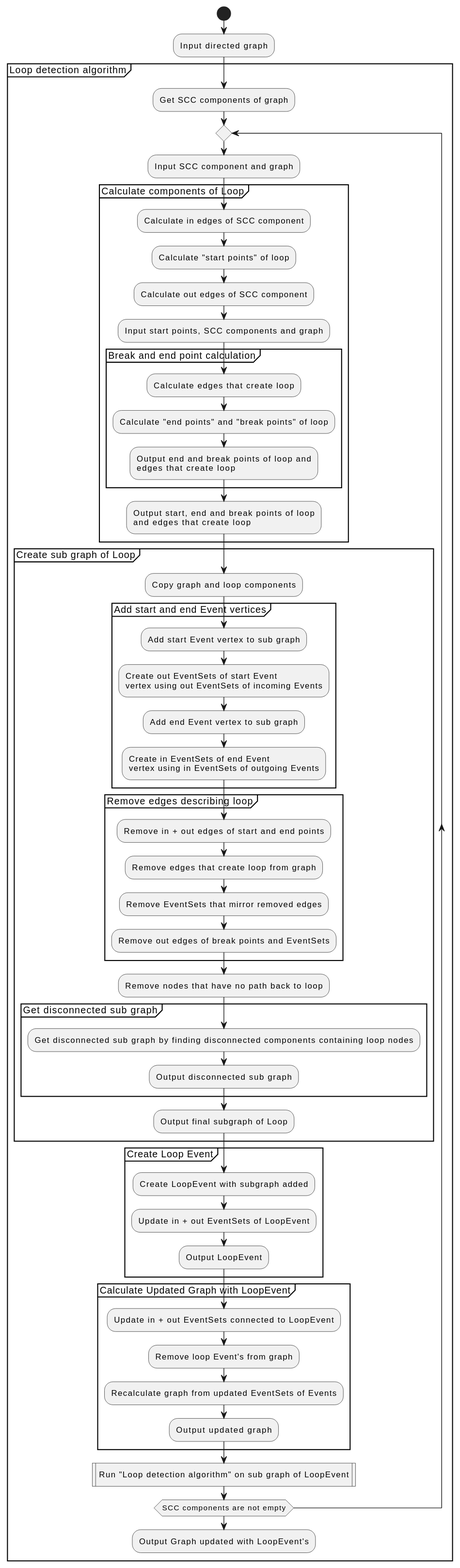
This is docs/development/design/1-DN-SCC_loop_detection/Algorithm_Overview.svg from xtuml/otel2puml, a PlantUML export, as it was before one commit.
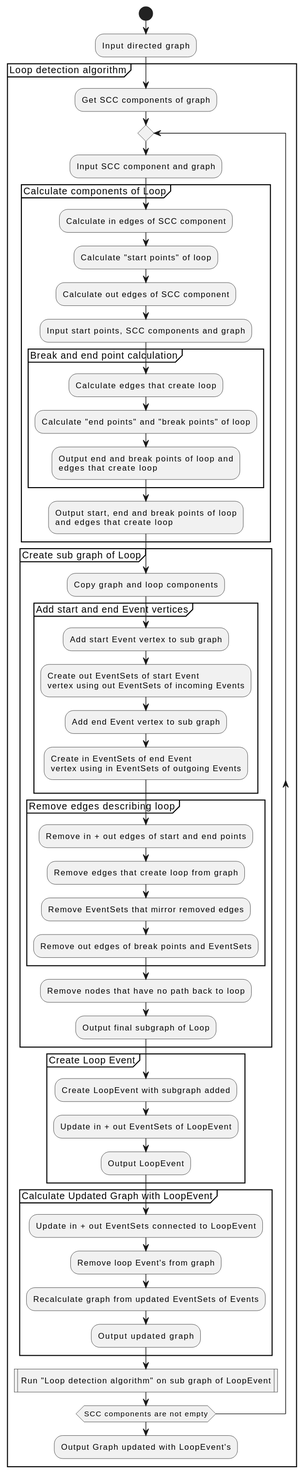
The same diagram one commit later.

Commit message:
Cdstp 64 function to create sub graph of loop (#70)

Diff of the diagram source:
```diff
@@ -33,10 +33,6 @@
                     :Remove out edges of break points and EventSets;
                 }
                 :Remove nodes that have no path back to loop;
-                partition "Get disconnected sub graph" {
-                    :Get disconnected sub graph by finding disconnected components containing loop nodes;
-                    :Output disconnected sub graph;
-                }
                 :Output final subgraph of Loop;
             }
             partition "Create Loop Event" {
```
